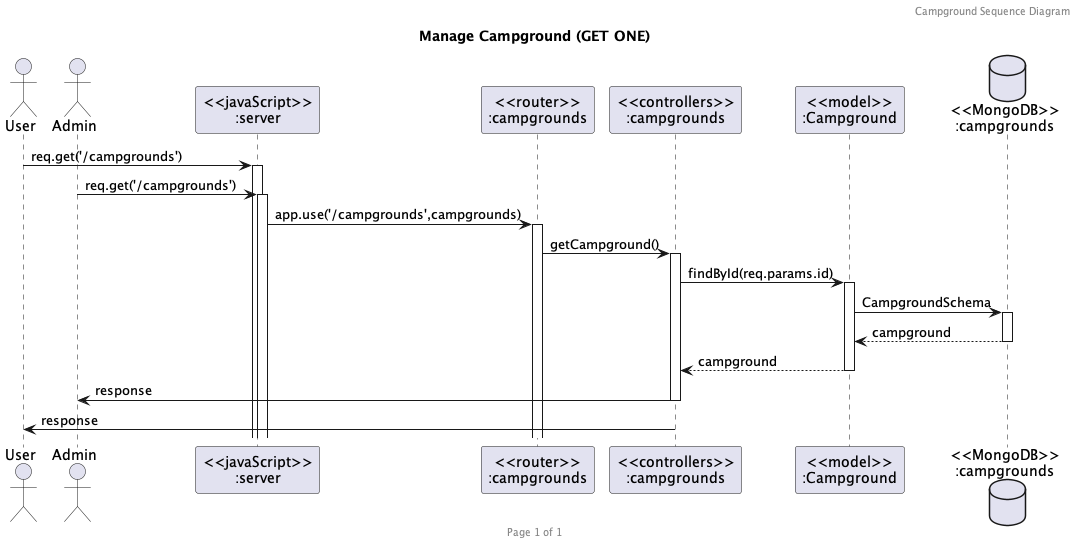
Earlier version of the PlantUML export diagram/Sequence diagram/Campground/Manage Campground (GET ONE).png (FaiiFaiipuipui/CEDT_Y1T2_backend-campgroundbooking).
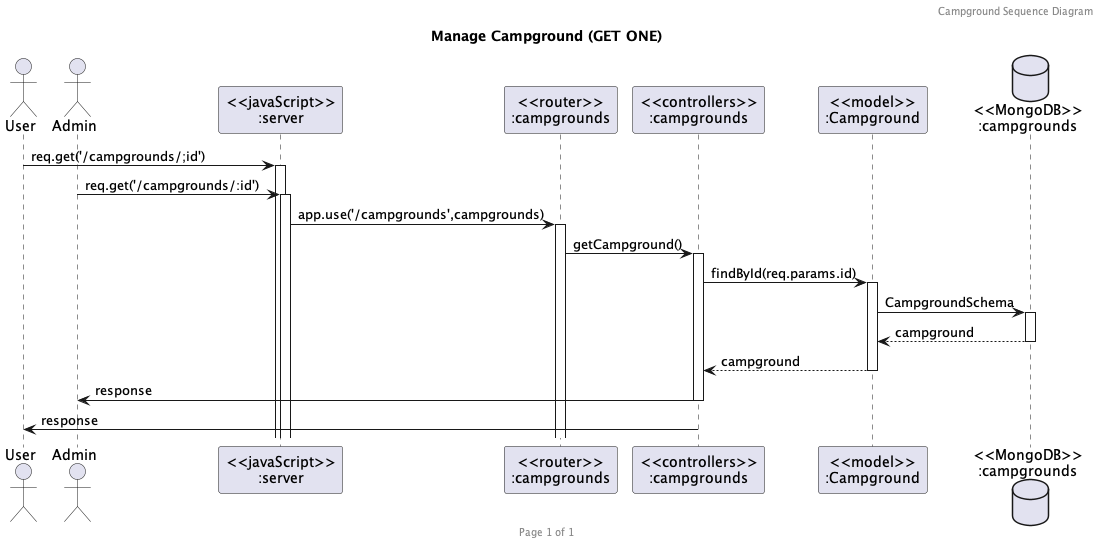
The same diagram one commit later.

Diff of the diagram source:
```diff
@@ -12,8 +12,8 @@
 participant "<<model>>\n:Campground" as modelCampground
 database "<<MongoDB>>\n:campgrounds" as CampgroundsDatabase
 
-user->server ++:req.get('/campgrounds')
-admin->server ++:req.get('/campgrounds')
+user->server ++:req.get('/campgrounds/;id')
+admin->server ++:req.get('/campgrounds/:id')
 server->routerCampgrounds ++:app.use('/campgrounds',campgrounds)
 routerCampgrounds -> controllersCampgrounds ++:getCampground()
 controllersCampgrounds->modelCampground ++:findById(req.params.id)
```
